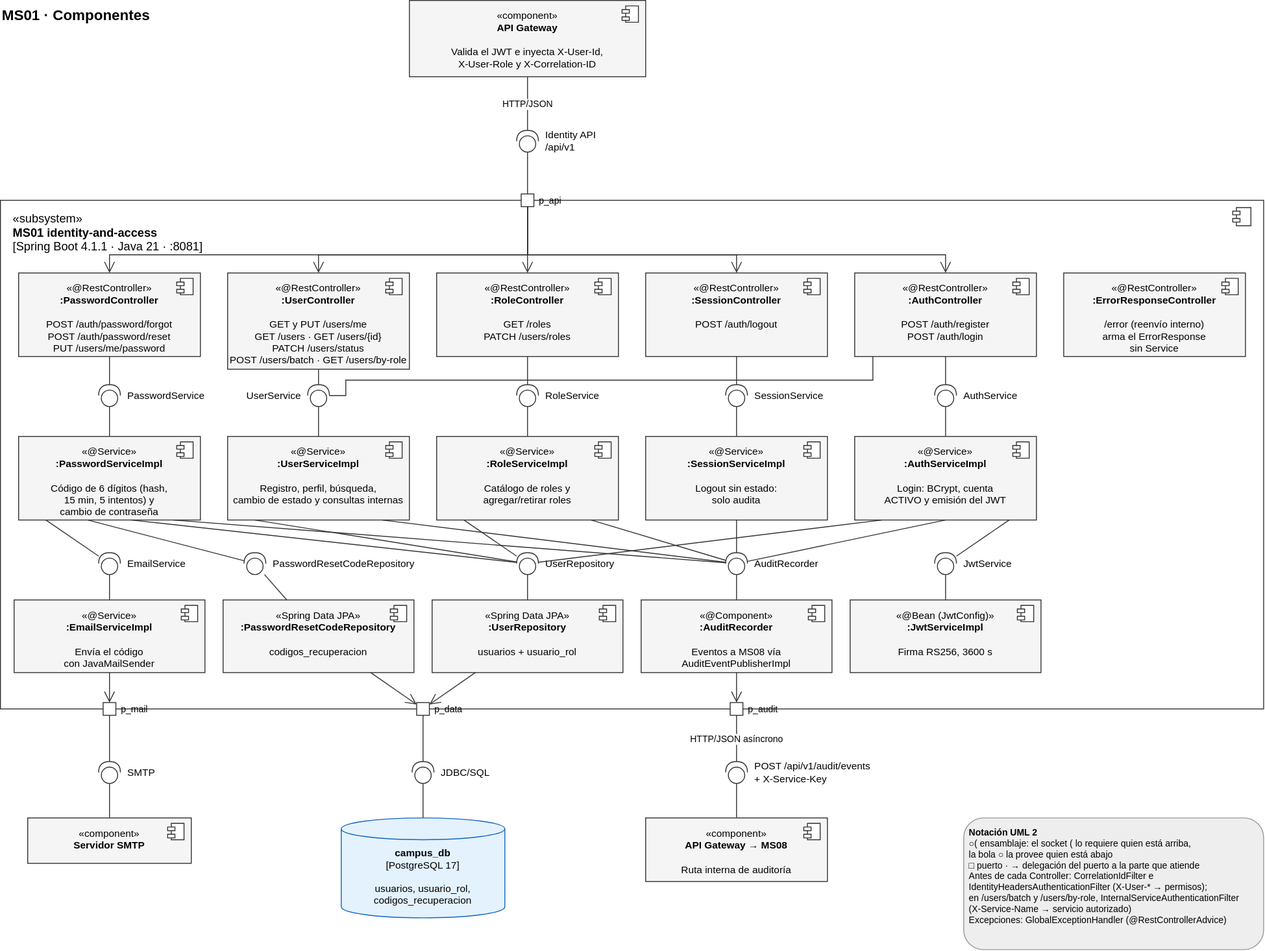
This is ms01-identity-and-access/diagramas/ms01_c4_3_componentes.drawio.svg from CampusSeguro-DOSW-2026-2/documentation, a draw.io export, as it was before one commit. Source tidied: cells renumbered, new cells last; positions are measured from the earlier drawing's top-left corner, leaving out a move shared by most shapes.
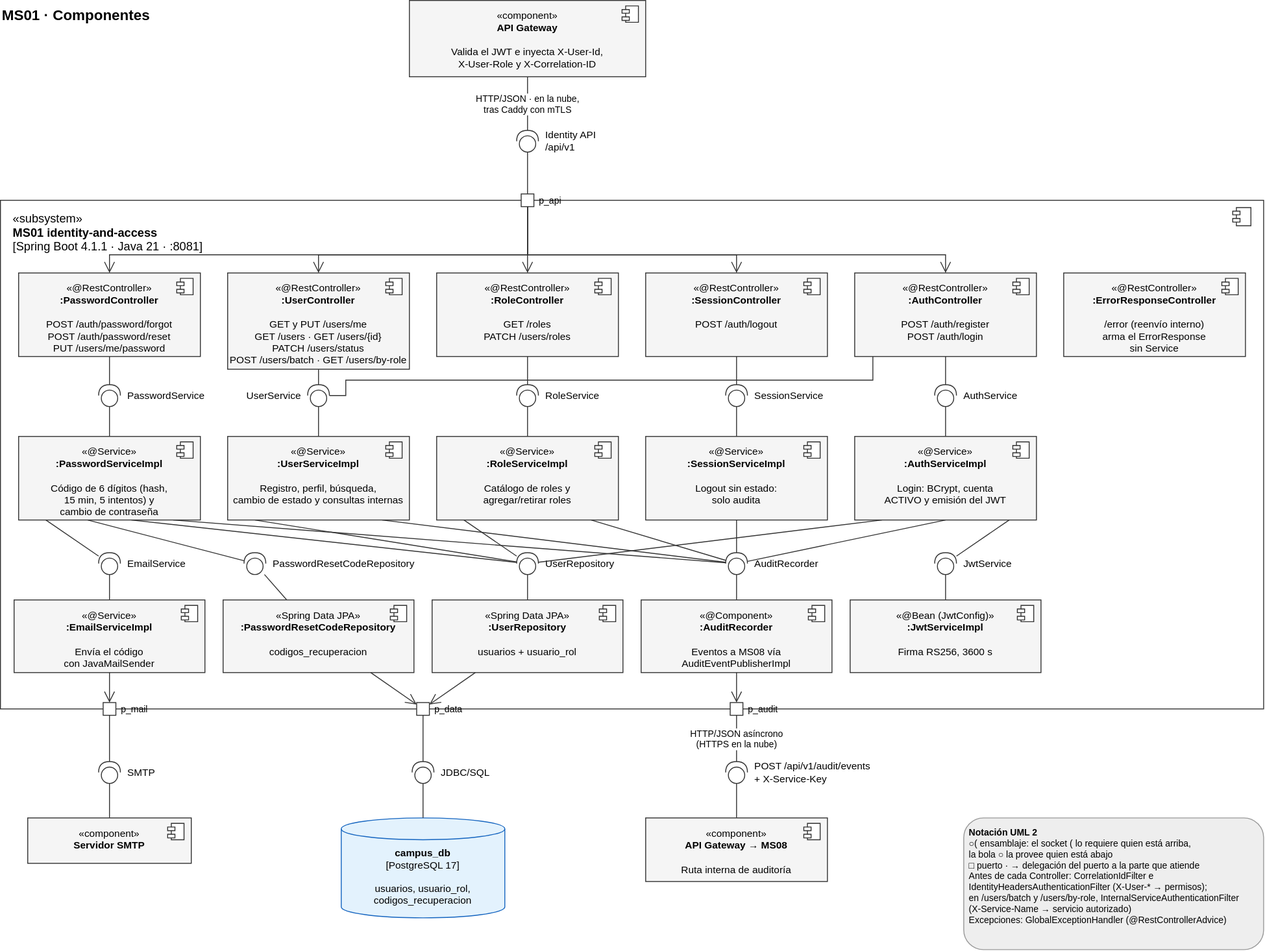
After the commit.

Commit message:
docs(ms01): despliegue en la nube con firewall y mTLS (jwt-spec, RNF-MS01-08 y diagramas)

The edit, as a diff of the source:
```diff
@@ -20,7 +20,7 @@
     <mxCell id="7" value="p_api" style="html=1;fillColor=#FFFFFF;strokeColor=#333333;fontSize=10;labelPosition=right;align=left;spacingLeft=4;" parent="1" vertex="1">
       <mxGeometry x="573" y="213" width="14" height="14" as="geometry" />
     </mxCell>
-    <mxCell id="8" value="HTTP/JSON" style="endArrow=none;html=1;rounded=0;strokeColor=#333333;fontSize=10;labelBackgroundColor=#FFFFFF;" parent="1" edge="1" source="4" target="6">
+    <mxCell id="8" value="HTTP/JSON · en la nube,&lt;br&gt;tras Caddy con mTLS" style="endArrow=none;html=1;rounded=0;strokeColor=#333333;fontSize=10;labelBackgroundColor=#FFFFFF;" parent="1" edge="1" source="4" target="6">
       <mxGeometry relative="1" as="geometry" />
     </mxCell>
     <mxCell id="9" style="endArrow=none;html=1;rounded=0;strokeColor=#333333;" parent="1" edge="1" source="6" target="7">
@@ -317,7 +317,7 @@
     <mxCell id="96" style="endArrow=none;html=1;rounded=0;strokeColor=#333333;" parent="1" edge="1" source="86" target="93">
       <mxGeometry relative="1" as="geometry" />
     </mxCell>
-    <mxCell id="97" value="HTTP/JSON asíncrono" style="endArrow=none;html=1;rounded=0;strokeColor=#333333;fontSize=10;labelBackgroundColor=#FFFFFF;" parent="1" edge="1" source="87" target="94">
+    <mxCell id="97" value="HTTP/JSON asíncrono&lt;br&gt;(HTTPS en la nube)" style="endArrow=none;html=1;rounded=0;strokeColor=#333333;fontSize=10;labelBackgroundColor=#FFFFFF;" parent="1" edge="1" source="87" target="94">
       <mxGeometry relative="1" as="geometry" />
     </mxCell>
     <mxCell id="98" value="«component»&lt;br&gt;&lt;b&gt;Servidor SMTP&lt;/b&gt;" style="html=1;whiteSpace=wrap;verticalAlign=top;fillColor=#F5F5F5;strokeColor=#333333;fontSize=11;spacingTop=4;" parent="1" vertex="1">
```
